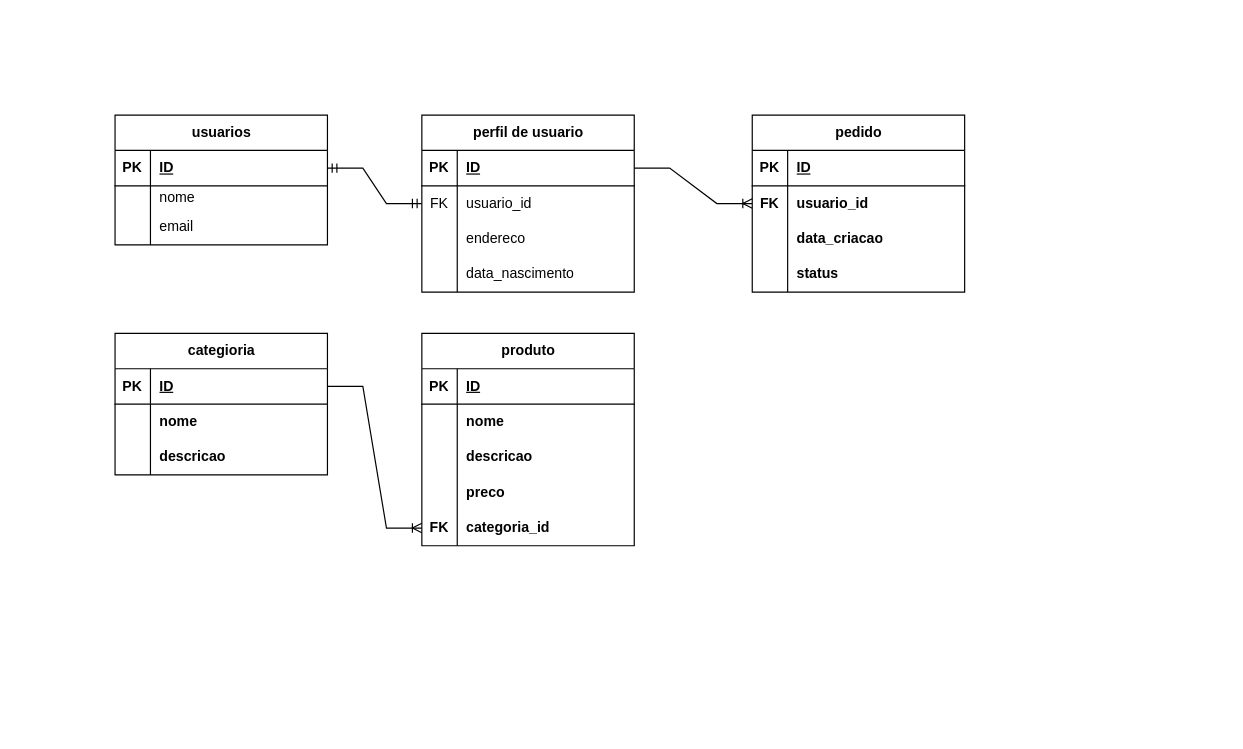
Above: Diagrama sem nome.drawio in ktyTaii/Front-end (draw.io), before the change. Source tidied: cells renumbered, new cells numbered last; positions are measured from the earlier drawing's top-left corner, leaving out a move shared by most shapes. Both pictures are drawn from the tidied source at 118%, with x=0, y=0 at pixel (114, 114).
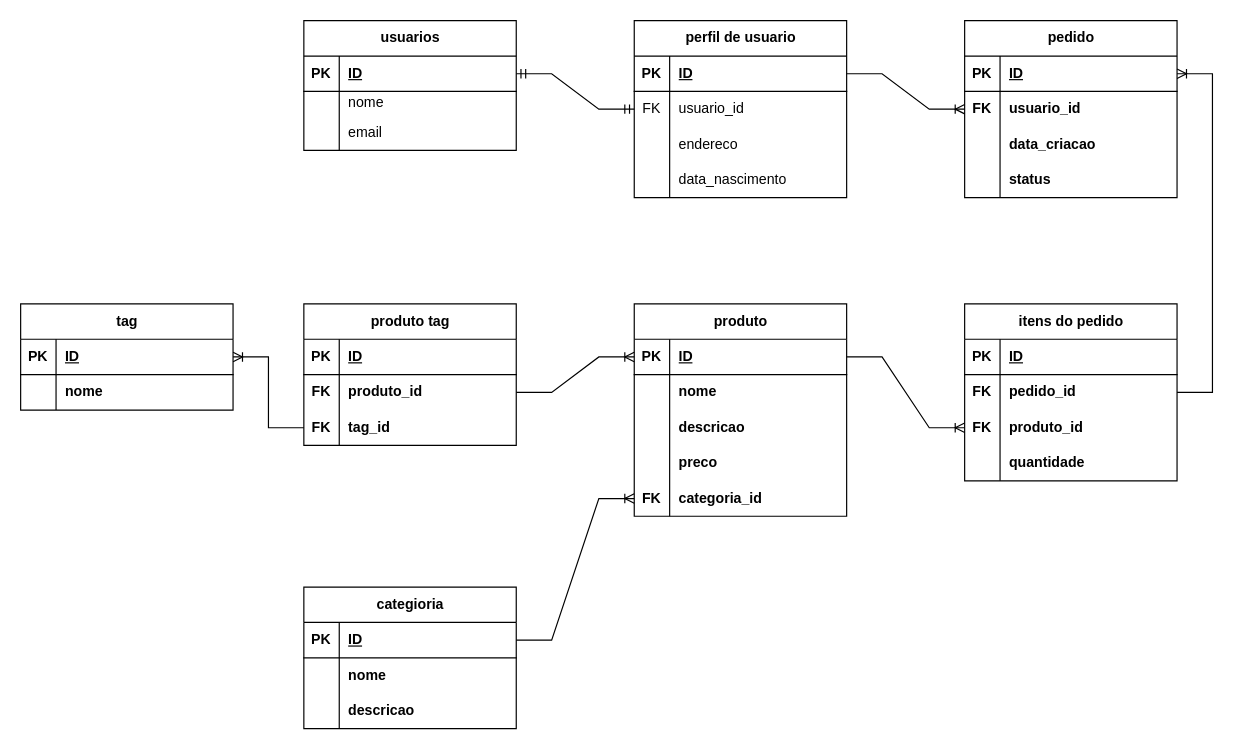
The same diagram, later.

Unchanged cells that the change refers to:
```xml
<mxCell id="3" style="shape=tableRow;horizontal=0;startSize=0;swimlaneHead=0;swimlaneBody=0;fillColor=none;points=[[0,0.5],[1,0.5]];portConstraint=eastwest;top=0;left=0;right=0;bottom=1;" parent="2" vertex="1">
  <mxGeometry y="30" width="180" height="30" as="geometry" />
</mxCell>
<mxCell id="37" style="shape=tableRow;horizontal=0;startSize=0;swimlaneHead=0;swimlaneBody=0;fillColor=none;points=[[0,0.5],[1,0.5]];portConstraint=eastwest;top=0;left=0;right=0;bottom=1;strokeColor=default;align=center;verticalAlign=middle;fontFamily=Helvetica;fontSize=12;fontColor=default;fontStyle=1;" parent="36" vertex="1">
  <mxGeometry y="30" width="180" height="30" as="geometry" />
</mxCell>
<mxCell id="54" style="shape=tableRow;horizontal=0;startSize=0;swimlaneHead=0;swimlaneBody=0;fillColor=none;points=[[0,0.5],[1,0.5]];portConstraint=eastwest;top=0;left=0;right=0;bottom=1;strokeColor=default;align=center;verticalAlign=middle;fontFamily=Helvetica;fontSize=12;fontColor=default;fontStyle=1;" parent="53" vertex="1">
  <mxGeometry y="30" width="180" height="30" as="geometry" />
</mxCell>
```

Change to the diagram source:
```diff
@@
     <mxCell id="2" value="usuarios" style="shape=table;startSize=30;childLayout=tableLayout;rowLines=0;fontStyle=1;align=center;html=1;" parent="1" vertex="1">
-      <mxGeometry width="180" height="110" as="geometry" />
+      <mxGeometry x="160" y="-80" width="180" height="110" as="geometry" />
     </mxCell>
@@
     <mxCell id="12" value="perfil de usuario" style="shape=table;startSize=30;childLayout=tableLayout;rowLines=0;fontStyle=1;align=center;html=1;" parent="1" vertex="1">
-      <mxGeometry x="260" width="180" height="150" as="geometry" />
+      <mxGeometry x="440" y="-80" width="180" height="150" as="geometry" />
     </mxCell>
@@
     <mxCell id="25" style="edgeStyle=entityRelationEdgeStyle;fontSize=12;html=1;endArrow=ERmandOne;startArrow=ERmandOne;rounded=0;entryX=0;entryY=0.5;entryDx=0;entryDy=0;exitX=1;exitY=0.5;exitDx=0;exitDy=0;" parent="1" edge="1" source="3" target="12">
-      <mxGeometry relative="1" as="geometry" />
+      <mxGeometry relative="1" as="geometry">
+        <Array as="points">
+          <mxPoint x="110" y="-35" />
+          <mxPoint x="150" y="30" />
+          <mxPoint x="130" y="10" />
+        </Array>
+      </mxGeometry>
     </mxCell>
     <mxCell id="26" value="categioria" style="shape=table;startSize=30;childLayout=tableLayout;rowLines=0;fontStyle=1;align=center;html=1;strokeColor=default;verticalAlign=middle;fontFamily=Helvetica;fontSize=12;fontColor=default;fillColor=default;" parent="1" vertex="1">
-      <mxGeometry y="185" width="180" height="120" as="geometry" />
+      <mxGeometry x="160" y="400" width="180" height="120" as="geometry" />
     </mxCell>
@@
     <mxCell id="36" value="produto" style="shape=table;startSize=30;childLayout=tableLayout;rowLines=0;fontStyle=1;align=center;html=1;strokeColor=default;verticalAlign=middle;fontFamily=Helvetica;fontSize=12;fontColor=default;fillColor=default;" parent="1" vertex="1">
-      <mxGeometry x="260" y="185" width="180" height="180" as="geometry" />
+      <mxGeometry x="440" y="160" width="180" height="180" as="geometry" />
     </mxCell>
@@
     <mxCell id="53" value="pedido" style="shape=table;startSize=30;childLayout=tableLayout;rowLines=0;fontStyle=1;align=center;html=1;strokeColor=default;verticalAlign=middle;fontFamily=Helvetica;fontSize=12;fontColor=default;fillColor=default;" parent="1" vertex="1">
-      <mxGeometry x="540" width="180" height="150" as="geometry" />
+      <mxGeometry x="720" y="-80" width="180" height="150" as="geometry" />
     </mxCell>
@@
+    <mxCell id="67" value="itens do pedido" style="shape=table;startSize=30;childLayout=tableLayout;rowLines=0;fontStyle=1;align=center;html=1;strokeColor=default;verticalAlign=middle;fontFamily=Helvetica;fontSize=12;fontColor=default;fillColor=default;" parent="1" vertex="1">
+      <mxGeometry x="720" y="160" width="180" height="150" as="geometry" />
+    </mxCell>
+    <mxCell id="68" style="shape=tableRow;horizontal=0;startSize=0;swimlaneHead=0;swimlaneBody=0;fillColor=none;top=0;left=0;right=0;bottom=1;strokeColor=default;align=center;verticalAlign=middle;fontFamily=Helvetica;fontSize=12;fontColor=default;fontStyle=1;" parent="67" vertex="1">
+      <mxGeometry y="30" width="180" height="30" as="geometry" />
+    </mxCell>
+    <mxCell id="69" value="PK" style="shape=partialRectangle;fillColor=none;top=0;left=0;bottom=0;right=0;fontStyle=1;overflow=hidden;whiteSpace=wrap;html=1;strokeColor=default;align=center;verticalAlign=middle;fontFamily=Helvetica;fontSize=12;fontColor=default;" parent="68" vertex="1">
+      <mxGeometry width="30" height="30" as="geometry" />
+    </mxCell>
+    <mxCell id="70" value="ID" style="shape=partialRectangle;fillColor=none;top=0;left=0;bottom=0;right=0;align=left;spacingLeft=6;fontStyle=5;overflow=hidden;whiteSpace=wrap;html=1;strokeColor=default;verticalAlign=middle;fontFamily=Helvetica;fontSize=12;fontColor=default;" parent="68" vertex="1">
+      <mxGeometry x="30" width="150" height="30" as="geometry" />
+    </mxCell>
+    <mxCell id="71" style="shape=tableRow;horizontal=0;startSize=0;swimlaneHead=0;swimlaneBody=0;fillColor=none;points=[[0,0.5],[1,0.5]];portConstraint=eastwest;top=0;left=0;right=0;bottom=0;strokeColor=default;align=center;verticalAlign=middle;fontFamily=Helvetica;fontSize=12;fontColor=default;fontStyle=1;" parent="67" vertex="1">
+      <mxGeometry y="60" width="180" height="30" as="geometry" />
+    </mxCell>
+    <mxCell id="72" value="FK" style="shape=partialRectangle;fillColor=none;top=0;left=0;bottom=0;right=0;overflow=hidden;whiteSpace=wrap;html=1;strokeColor=default;align=center;verticalAlign=middle;fontFamily=Helvetica;fontSize=12;fontColor=default;fontStyle=1;" parent="71" vertex="1">
+      <mxGeometry width="30" height="30" as="geometry" />
+    </mxCell>
+    <mxCell id="73" value="pedido_id" style="shape=partialRectangle;fillColor=none;top=0;left=0;bottom=0;right=0;align=left;spacingLeft=6;overflow=hidden;whiteSpace=wrap;html=1;strokeColor=default;verticalAlign=middle;fontFamily=Helvetica;fontSize=12;fontColor=default;fontStyle=1;" parent="71" vertex="1">
+      <mxGeometry x="30" width="150" height="30" as="geometry" />
+    </mxCell>
+    <mxCell id="74" style="shape=tableRow;horizontal=0;startSize=0;swimlaneHead=0;swimlaneBody=0;fillColor=none;points=[[0,0.5],[1,0.5]];portConstraint=eastwest;top=0;left=0;right=0;bottom=0;strokeColor=default;align=center;verticalAlign=middle;fontFamily=Helvetica;fontSize=12;fontColor=default;fontStyle=1;" parent="67" vertex="1">
+      <mxGeometry y="90" width="180" height="30" as="geometry" />
+    </mxCell>
+    <mxCell id="75" value="FK" style="shape=partialRectangle;fillColor=none;top=0;left=0;bottom=0;right=0;overflow=hidden;whiteSpace=wrap;html=1;strokeColor=default;align=center;verticalAlign=middle;fontFamily=Helvetica;fontSize=12;fontColor=default;fontStyle=1;" parent="74" vertex="1">
+      <mxGeometry width="30" height="30" as="geometry" />
+    </mxCell>
+    <mxCell id="76" value="produto_id" style="shape=partialRectangle;fillColor=none;top=0;left=0;bottom=0;right=0;align=left;spacingLeft=6;overflow=hidden;whiteSpace=wrap;html=1;strokeColor=default;verticalAlign=middle;fontFamily=Helvetica;fontSize=12;fontColor=default;fontStyle=1;" parent="74" vertex="1">
+      <mxGeometry x="30" width="150" height="30" as="geometry" />
+    </mxCell>
+    <mxCell id="77" style="shape=tableRow;horizontal=0;startSize=0;swimlaneHead=0;swimlaneBody=0;fillColor=none;top=0;left=0;right=0;bottom=0;strokeColor=default;align=center;verticalAlign=middle;fontFamily=Helvetica;fontSize=12;fontColor=default;fontStyle=1;" parent="67" vertex="1">
+      <mxGeometry y="120" width="180" height="30" as="geometry" />
+    </mxCell>
+    <mxCell id="78" style="shape=partialRectangle;fillColor=none;top=0;left=0;bottom=0;right=0;overflow=hidden;whiteSpace=wrap;html=1;strokeColor=default;align=center;verticalAlign=middle;fontFamily=Helvetica;fontSize=12;fontColor=default;fontStyle=1;" parent="77" vertex="1">
+      <mxGeometry width="30" height="30" as="geometry" />
+    </mxCell>
+    <mxCell id="79" value="quantidade" style="shape=partialRectangle;fillColor=none;top=0;left=0;bottom=0;right=0;align=left;spacingLeft=6;overflow=hidden;whiteSpace=wrap;html=1;strokeColor=default;verticalAlign=middle;fontFamily=Helvetica;fontSize=12;fontColor=default;fontStyle=1;" parent="77" vertex="1">
+      <mxGeometry x="30" width="150" height="30" as="geometry" />
+    </mxCell>
+    <mxCell id="80" style="edgeStyle=entityRelationEdgeStyle;fontSize=12;html=1;endArrow=ERoneToMany;rounded=0;fontFamily=Helvetica;fontColor=default;fontStyle=1;exitX=1;exitY=0.5;exitDx=0;exitDy=0;entryX=1;entryY=0.5;entryDx=0;entryDy=0;" parent="1" edge="1" source="71" target="54">
+      <mxGeometry relative="1" as="geometry">
+        <Array as="points">
+          <mxPoint x="780" y="240" />
+          <mxPoint x="670" y="40" />
+        </Array>
+      </mxGeometry>
+    </mxCell>
+    <mxCell id="81" style="edgeStyle=entityRelationEdgeStyle;fontSize=12;html=1;endArrow=ERoneToMany;rounded=0;fontFamily=Helvetica;fontColor=default;fontStyle=1;entryX=0;entryY=0.5;entryDx=0;entryDy=0;exitX=1;exitY=0.5;exitDx=0;exitDy=0;" parent="1" edge="1" source="37" target="74">
+      <mxGeometry relative="1" as="geometry" />
+    </mxCell>
+    <mxCell id="82" value="tag" style="shape=table;startSize=30;childLayout=tableLayout;rowLines=0;fontStyle=1;align=center;html=1;strokeColor=default;verticalAlign=middle;fontFamily=Helvetica;fontSize=12;fontColor=default;fillColor=default;" parent="1" vertex="1">
+      <mxGeometry x="-80" y="160" width="180" height="90" as="geometry" />
+    </mxCell>
+    <mxCell id="83" style="shape=tableRow;horizontal=0;startSize=0;swimlaneHead=0;swimlaneBody=0;fillColor=none;points=[[0,0.5],[1,0.5]];portConstraint=eastwest;top=0;left=0;right=0;bottom=1;strokeColor=default;align=center;verticalAlign=middle;fontFamily=Helvetica;fontSize=12;fontColor=default;fontStyle=1;" parent="82" vertex="1">
+      <mxGeometry y="30" width="180" height="30" as="geometry" />
+    </mxCell>
+    <mxCell id="84" value="PK" style="shape=partialRectangle;fillColor=none;top=0;left=0;bottom=0;right=0;fontStyle=1;overflow=hidden;whiteSpace=wrap;html=1;strokeColor=default;align=center;verticalAlign=middle;fontFamily=Helvetica;fontSize=12;fontColor=default;" parent="83" vertex="1">
+      <mxGeometry width="30" height="30" as="geometry" />
+    </mxCell>
+    <mxCell id="85" value="ID" style="shape=partialRectangle;fillColor=none;top=0;left=0;bottom=0;right=0;align=left;spacingLeft=6;fontStyle=5;overflow=hidden;whiteSpace=wrap;html=1;strokeColor=default;verticalAlign=middle;fontFamily=Helvetica;fontSize=12;fontColor=default;" parent="83" vertex="1">
+      <mxGeometry x="30" width="150" height="30" as="geometry" />
+    </mxCell>
+    <mxCell id="86" style="shape=tableRow;horizontal=0;startSize=0;swimlaneHead=0;swimlaneBody=0;fillColor=none;top=0;left=0;right=0;bottom=0;strokeColor=default;align=center;verticalAlign=middle;fontFamily=Helvetica;fontSize=12;fontColor=default;fontStyle=1;" parent="82" vertex="1">
+      <mxGeometry y="60" width="180" height="30" as="geometry" />
+    </mxCell>
+    <mxCell id="87" style="shape=partialRectangle;fillColor=none;top=0;left=0;bottom=0;right=0;overflow=hidden;whiteSpace=wrap;html=1;strokeColor=default;align=center;verticalAlign=middle;fontFamily=Helvetica;fontSize=12;fontColor=default;fontStyle=1;" parent="86" vertex="1">
+      <mxGeometry width="30" height="30" as="geometry" />
+    </mxCell>
+    <mxCell id="88" value="nome" style="shape=partialRectangle;fillColor=none;top=0;left=0;bottom=0;right=0;align=left;spacingLeft=6;overflow=hidden;whiteSpace=wrap;html=1;strokeColor=default;verticalAlign=middle;fontFamily=Helvetica;fontSize=12;fontColor=default;fontStyle=1;" parent="86" vertex="1">
+      <mxGeometry x="30" width="150" height="30" as="geometry" />
+    </mxCell>
+    <mxCell id="89" value="produto tag" style="shape=table;startSize=30;childLayout=tableLayout;rowLines=0;fontStyle=1;align=center;html=1;strokeColor=default;verticalAlign=middle;fontFamily=Helvetica;fontSize=12;fontColor=default;fillColor=default;" parent="1" vertex="1">
+      <mxGeometry x="160" y="160" width="180" height="120" as="geometry" />
+    </mxCell>
+    <mxCell id="90" style="shape=tableRow;horizontal=0;startSize=0;swimlaneHead=0;swimlaneBody=0;fillColor=none;top=0;left=0;right=0;bottom=1;strokeColor=default;align=center;verticalAlign=middle;fontFamily=Helvetica;fontSize=12;fontColor=default;fontStyle=1;" parent="89" vertex="1">
+      <mxGeometry y="30" width="180" height="30" as="geometry" />
+    </mxCell>
+    <mxCell id="91" value="PK" style="shape=partialRectangle;fillColor=none;top=0;left=0;bottom=0;right=0;fontStyle=1;overflow=hidden;whiteSpace=wrap;html=1;strokeColor=default;align=center;verticalAlign=middle;fontFamily=Helvetica;fontSize=12;fontColor=default;" parent="90" vertex="1">
+      <mxGeometry width="30" height="30" as="geometry" />
+    </mxCell>
+    <mxCell id="92" value="ID" style="shape=partialRectangle;fillColor=none;top=0;left=0;bottom=0;right=0;align=left;spacingLeft=6;fontStyle=5;overflow=hidden;whiteSpace=wrap;html=1;strokeColor=default;verticalAlign=middle;fontFamily=Helvetica;fontSize=12;fontColor=default;" parent="90" vertex="1">
+      <mxGeometry x="30" width="150" height="30" as="geometry" />
+    </mxCell>
+    <mxCell id="93" style="shape=tableRow;horizontal=0;startSize=0;swimlaneHead=0;swimlaneBody=0;fillColor=none;points=[[0,0.5],[1,0.5]];portConstraint=eastwest;top=0;left=0;right=0;bottom=0;strokeColor=default;align=center;verticalAlign=middle;fontFamily=Helvetica;fontSize=12;fontColor=default;fontStyle=1;" parent="89" vertex="1">
+      <mxGeometry y="60" width="180" height="30" as="geometry" />
+    </mxCell>
+    <mxCell id="94" value="FK" style="shape=partialRectangle;fillColor=none;top=0;left=0;bottom=0;right=0;overflow=hidden;whiteSpace=wrap;html=1;strokeColor=default;align=center;verticalAlign=middle;fontFamily=Helvetica;fontSize=12;fontColor=default;fontStyle=1;" parent="93" vertex="1">
+      <mxGeometry width="30" height="30" as="geometry" />
+    </mxCell>
+    <mxCell id="95" value="produto_id" style="shape=partialRectangle;fillColor=none;top=0;left=0;bottom=0;right=0;align=left;spacingLeft=6;overflow=hidden;whiteSpace=wrap;html=1;strokeColor=default;verticalAlign=middle;fontFamily=Helvetica;fontSize=12;fontColor=default;fontStyle=1;" parent="93" vertex="1">
+      <mxGeometry x="30" width="150" height="30" as="geometry" />
+    </mxCell>
+    <mxCell id="96" style="shape=tableRow;horizontal=0;startSize=0;swimlaneHead=0;swimlaneBody=0;fillColor=none;points=[[0,0.5],[1,0.5]];portConstraint=eastwest;top=0;left=0;right=0;bottom=0;strokeColor=default;align=center;verticalAlign=middle;fontFamily=Helvetica;fontSize=12;fontColor=default;fontStyle=1;" parent="89" vertex="1">
+      <mxGeometry y="90" width="180" height="30" as="geometry" />
+    </mxCell>
+    <mxCell id="97" value="FK" style="shape=partialRectangle;fillColor=none;top=0;left=0;bottom=0;right=0;overflow=hidden;whiteSpace=wrap;html=1;strokeColor=default;align=center;verticalAlign=middle;fontFamily=Helvetica;fontSize=12;fontColor=default;fontStyle=1;" parent="96" vertex="1">
+      <mxGeometry width="30" height="30" as="geometry" />
+    </mxCell>
+    <mxCell id="98" value="tag_id" style="shape=partialRectangle;fillColor=none;top=0;left=0;bottom=0;right=0;align=left;spacingLeft=6;overflow=hidden;whiteSpace=wrap;html=1;strokeColor=default;verticalAlign=middle;fontFamily=Helvetica;fontSize=12;fontColor=default;fontStyle=1;" parent="96" vertex="1">
+      <mxGeometry x="30" width="150" height="30" as="geometry" />
+    </mxCell>
+    <mxCell id="99" style="edgeStyle=entityRelationEdgeStyle;fontSize=12;html=1;endArrow=ERoneToMany;rounded=0;fontFamily=Helvetica;fontColor=default;fontStyle=1;entryX=1;entryY=0.5;entryDx=0;entryDy=0;exitX=0;exitY=0.5;exitDx=0;exitDy=0;" parent="1" edge="1" source="96" target="83">
+      <mxGeometry relative="1" as="geometry" />
+    </mxCell>
+    <mxCell id="100" style="edgeStyle=entityRelationEdgeStyle;fontSize=12;html=1;endArrow=ERoneToMany;rounded=0;fontFamily=Helvetica;fontColor=default;fontStyle=1;exitX=1;exitY=0.5;exitDx=0;exitDy=0;" parent="1" edge="1" source="93" target="37">
+      <mxGeometry relative="1" as="geometry" />
+    </mxCell>
```
